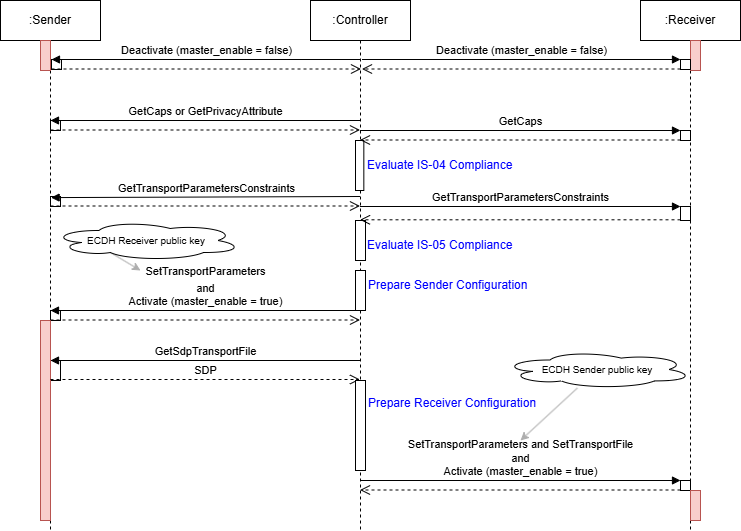
Before: docs/images/Sequence-ECDH.png, a diagram exported from draw.io (AMWA-TV/bcp-005-03). Source tidied: cells renumbered, new cells last; positions are measured from the earlier drawing's top-left corner, leaving out a move shared by most shapes.
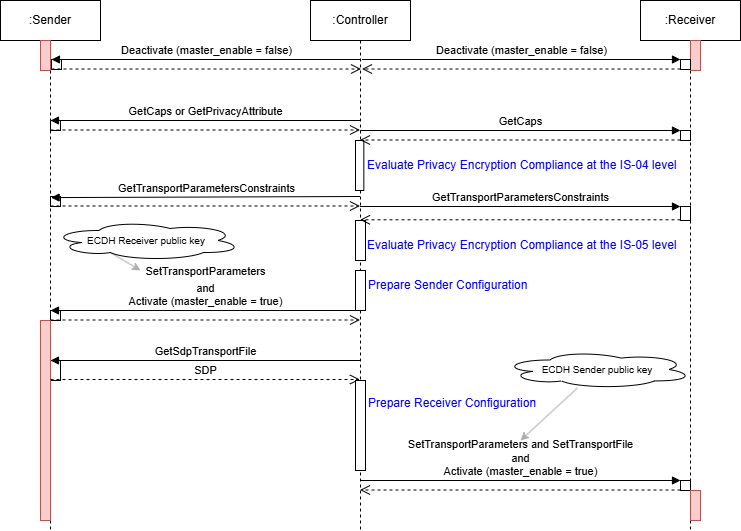
Above is the later version.

Diff of the diagram source:
```diff
@@ -93,11 +93,11 @@
         <mxPoint x="359.5" y="219.3" as="targetPoint" />
       </mxGeometry>
     </mxCell>
-    <mxCell id="27" value="&lt;font color=&quot;#0000ff&quot;&gt;Evaluate IS-04 Compliance&lt;/font&gt;" style="text;html=1;strokeColor=none;fillColor=none;align=left;verticalAlign=middle;whiteSpace=wrap;rounded=0;" parent="1" vertex="1">
-      <mxGeometry x="365" y="150" width="160" height="30" as="geometry" />
+    <mxCell id="27" value="&lt;span style=&quot;color: rgb(0 , 0 , 255)&quot;&gt;Evaluate Privacy Encryption Compliance at the IS-04 level&lt;/span&gt;" style="text;html=1;strokeColor=none;fillColor=none;align=left;verticalAlign=middle;whiteSpace=wrap;rounded=0;" parent="1" vertex="1">
+      <mxGeometry x="365" y="150" width="325" height="30" as="geometry" />
     </mxCell>
-    <mxCell id="28" value="&lt;font color=&quot;#0000ff&quot;&gt;Evaluate IS-05 Compliance&lt;/font&gt;" style="text;html=1;strokeColor=none;fillColor=none;align=left;verticalAlign=middle;whiteSpace=wrap;rounded=0;" parent="1" vertex="1">
-      <mxGeometry x="365" y="230" width="160" height="30" as="geometry" />
+    <mxCell id="28" value="&lt;span style=&quot;color: rgb(0 , 0 , 255)&quot;&gt;Evaluate Privacy Encryption Compliance at the IS-05 level&lt;/span&gt;" style="text;html=1;strokeColor=none;fillColor=none;align=left;verticalAlign=middle;whiteSpace=wrap;rounded=0;" parent="1" vertex="1">
+      <mxGeometry x="365" y="230" width="325" height="30" as="geometry" />
     </mxCell>
     <mxCell id="29" value="&lt;font color=&quot;#0000ff&quot;&gt;Prepare Sender Configuration&lt;/font&gt;" style="text;html=1;strokeColor=none;fillColor=none;align=left;verticalAlign=middle;whiteSpace=wrap;rounded=0;" parent="1" vertex="1">
       <mxGeometry x="366" y="270" width="169" height="30" as="geometry" />
```
